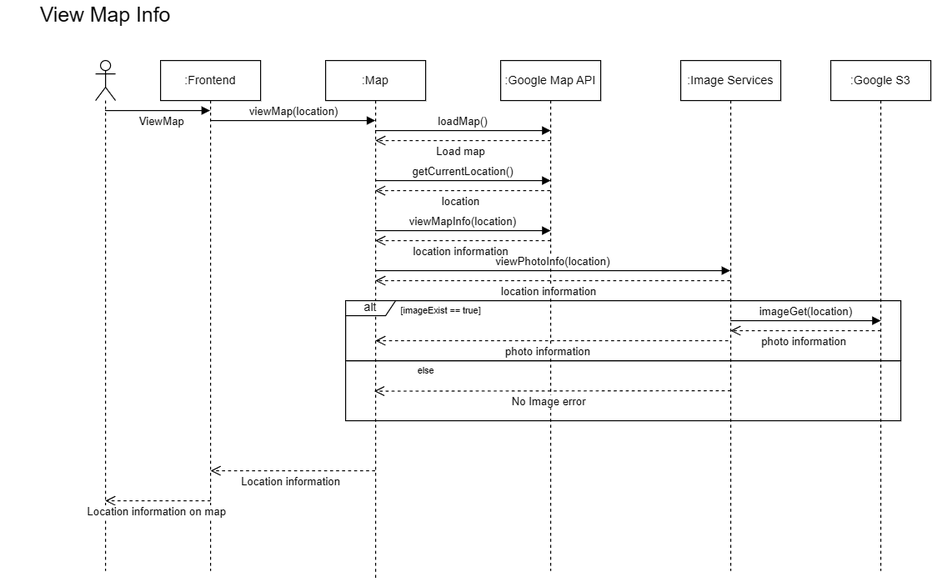
Above: documentation/images/View_Map_Info.drawio.png in Exalex16/CPEN321-WOCMS (draw.io), before the change. Source tidied: cells renumbered, new cells last; positions are measured from the earlier drawing's top-left corner, leaving out a move shared by most shapes.
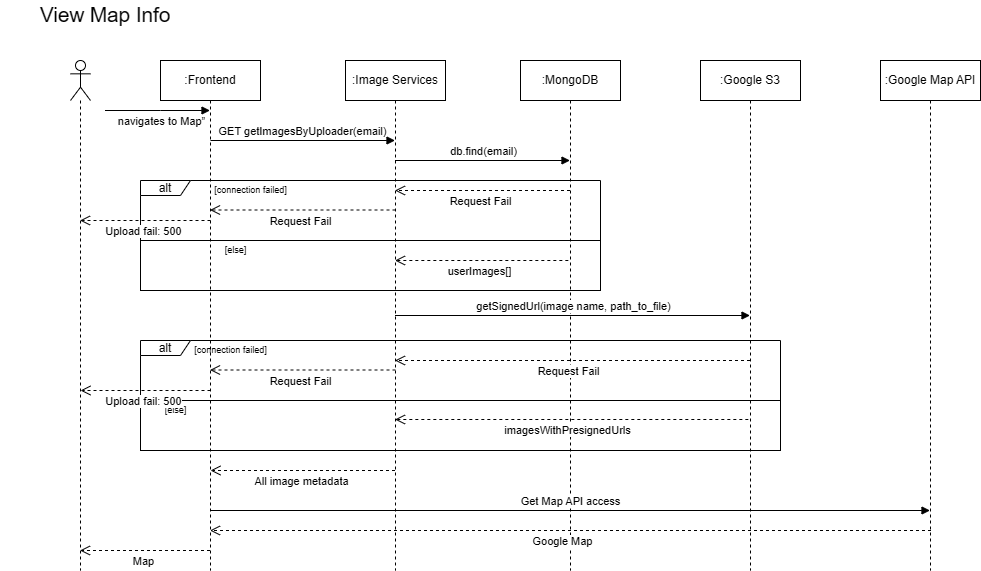
The same diagram one commit later.

The edit, as a diff of the source:
```diff
@@ -9,136 +9,136 @@
       <mxGeometry width="210" height="30" as="geometry" />
     </mxCell>
     <mxCell id="4" style="shape=umlLifeline;perimeter=lifelinePerimeter;whiteSpace=wrap;html=1;outlineConnect=0;portConstraint=eastwest;newEdgeStyle={&quot;curved&quot;:0,&quot;rounded&quot;:0};participant=umlActor;" parent="1" vertex="1">
-      <mxGeometry x="95" y="60" width="20" height="510" as="geometry" />
+      <mxGeometry x="70" y="60" width="20" height="510" as="geometry" />
     </mxCell>
-    <mxCell id="5" value=":Map" style="shape=umlLifeline;perimeter=lifelinePerimeter;whiteSpace=wrap;html=1;newEdgeStyle={&quot;edgeStyle&quot;:&quot;elbowEdgeStyle&quot;,&quot;elbow&quot;:&quot;vertical&quot;,&quot;curved&quot;:0,&quot;rounded&quot;:0};" parent="1" vertex="1">
-      <mxGeometry x="325" y="60" width="100" height="520" as="geometry" />
-    </mxCell>
-    <mxCell id="6" value="ViewMap" style="html=1;verticalAlign=bottom;endArrow=block;curved=0;rounded=0;" parent="1" edge="1">
-      <mxGeometry x="0.06" y="-20" relative="1" as="geometry">
+    <mxCell id="6" value="navigates to Map”" style="html=1;verticalAlign=bottom;endArrow=block;curved=0;rounded=0;" parent="1" edge="1">
+      <mxGeometry x="0.07" y="-20" relative="1" as="geometry">
         <mxPoint x="104.5" y="110" as="sourcePoint" />
         <mxPoint x="209.5" y="110" as="targetPoint" />
         <Array as="points">
           <mxPoint x="160" y="110" />
         </Array>
-        <mxPoint x="1" as="offset" />
       </mxGeometry>
     </mxCell>
     <mxCell id="7" value=":Google Map API" style="shape=umlLifeline;perimeter=lifelinePerimeter;whiteSpace=wrap;html=1;outlineConnect=0;portConstraint=eastwest;newEdgeStyle={&quot;edgeStyle&quot;:&quot;elbowEdgeStyle&quot;,&quot;elbow&quot;:&quot;vertical&quot;,&quot;curved&quot;:0,&quot;rounded&quot;:0};" parent="1" vertex="1">
-      <mxGeometry x="500" y="60" width="100" height="510" as="geometry" />
+      <mxGeometry x="880" y="60" width="100" height="510" as="geometry" />
     </mxCell>
-    <mxCell id="8" value="viewMap(location)" style="html=1;verticalAlign=bottom;endArrow=block;curved=0;rounded=0;" parent="1" edge="1">
+    <mxCell id="8" value="GET getImagesByUploader(email)" style="html=1;verticalAlign=bottom;endArrow=block;curved=0;rounded=0;" parent="1" edge="1" target="10">
       <mxGeometry relative="1" as="geometry">
-        <mxPoint x="210" y="120" as="sourcePoint" />
-        <mxPoint x="374.7" y="120" as="targetPoint" />
+        <mxPoint x="210" y="140" as="sourcePoint" />
       </mxGeometry>
     </mxCell>
     <mxCell id="9" style="edgeStyle=orthogonalEdgeStyle;rounded=0;orthogonalLoop=1;jettySize=auto;html=1;exitX=0.5;exitY=1;exitDx=0;exitDy=0;" parent="1" edge="1">
       <mxGeometry relative="1" as="geometry">
-        <mxPoint x="460" y="420" as="sourcePoint" />
-        <mxPoint x="460" y="420" as="targetPoint" />
+        <mxPoint x="265" y="450" as="sourcePoint" />
+        <mxPoint x="265" y="450" as="targetPoint" />
       </mxGeometry>
     </mxCell>
     <mxCell id="10" value=":Image Services" style="shape=umlLifeline;perimeter=lifelinePerimeter;whiteSpace=wrap;html=1;outlineConnect=0;portConstraint=eastwest;newEdgeStyle={&quot;edgeStyle&quot;:&quot;elbowEdgeStyle&quot;,&quot;elbow&quot;:&quot;vertical&quot;,&quot;curved&quot;:0,&quot;rounded&quot;:0};" parent="1" vertex="1">
-      <mxGeometry x="680" y="60" width="100" height="510" as="geometry" />
+      <mxGeometry x="345" y="60" width="100" height="510" as="geometry" />
     </mxCell>
-    <mxCell id="11" value="loadMap()" style="html=1;verticalAlign=bottom;endArrow=block;curved=0;rounded=0;" parent="1" edge="1">
-      <mxGeometry relative="1" as="geometry">
-        <mxPoint x="374.5" y="130" as="sourcePoint" />
-        <mxPoint x="550" y="130" as="targetPoint" />
-      </mxGeometry>
-    </mxCell>
+    <mxCell id="13" value=":Google S3" style="shape=umlLifeline;perimeter=lifelinePerimeter;whiteSpace=wrap;html=1;outlineConnect=0;portConstraint=eastwest;newEdgeStyle={&quot;edgeStyle&quot;:&quot;elbowEdgeStyle&quot;,&quot;elbow&quot;:&quot;vertical&quot;,&quot;curved&quot;:0,&quot;rounded&quot;:0};" parent="1" vertex="1">
+      <mxGeometry x="700" y="60" width="100" height="510" as="geometry" />
+    </mxCell>
+    <mxCell id="17" value="db.find(email)" style="html=1;verticalAlign=bottom;endArrow=block;curved=0;rounded=0;" parent="1" edge="1">
+      <mxGeometry relative="1" as="geometry">
+        <mxPoint x="394.5" y="160" as="sourcePoint" />
+        <mxPoint x="569.5" y="160" as="targetPoint" />
+      </mxGeometry>
+    </mxCell>
+    <mxCell id="27" value="All image metadata" style="html=1;verticalAlign=bottom;endArrow=open;dashed=1;endSize=8;curved=0;rounded=0;" parent="1" edge="1" source="10">
+      <mxGeometry x="0.02" y="20" relative="1" as="geometry">
+        <mxPoint x="210" y="470" as="targetPoint" />
+      </mxGeometry>
+    </mxCell>
+    <mxCell id="30" value=":MongoDB" style="shape=umlLifeline;perimeter=lifelinePerimeter;whiteSpace=wrap;html=1;newEdgeStyle={&quot;edgeStyle&quot;:&quot;elbowEdgeStyle&quot;,&quot;elbow&quot;:&quot;vertical&quot;,&quot;curved&quot;:0,&quot;rounded&quot;:0};" parent="1" vertex="1">
+      <mxGeometry x="520" y="60" width="100" height="510" as="geometry" />
+    </mxCell>
+    <mxCell id="31" value="alt" style="shape=umlFrame;whiteSpace=wrap;html=1;width=50;height=15;" parent="1" vertex="1">
+      <mxGeometry x="140" y="180" width="460" height="60" as="geometry" />
+    </mxCell>
+    <mxCell id="32" value="[connection failed]" style="text;html=1;align=center;verticalAlign=middle;strokeColor=none;fillColor=none;fontSize=9;" parent="1" vertex="1">
+      <mxGeometry x="200" y="180" width="100" height="20" as="geometry" />
+    </mxCell>
+    <mxCell id="33" value="Request Fail" style="html=1;verticalAlign=bottom;endArrow=open;dashed=1;endSize=8;curved=0;rounded=0;" parent="1" edge="1" target="2">
+      <mxGeometry x="0.02" y="20" relative="1" as="geometry">
+        <mxPoint x="395" y="209.5" as="sourcePoint" />
+      </mxGeometry>
+    </mxCell>
+    <mxCell id="34" style="rounded=0;whiteSpace=wrap;html=1;fillColor=none;" parent="1" vertex="1">
+      <mxGeometry x="140" y="240" width="460" height="50" as="geometry" />
+    </mxCell>
+    <mxCell id="35" value="[else]" style="text;html=1;align=center;verticalAlign=middle;strokeColor=none;fillColor=none;fontSize=9;" parent="1" vertex="1">
+      <mxGeometry x="210" y="240" width="50" height="20" as="geometry" />
+    </mxCell>
+    <mxCell id="36" value="userImages[]" style="html=1;verticalAlign=bottom;endArrow=open;dashed=1;endSize=8;curved=0;rounded=0;" parent="1" edge="1" target="10">
+      <mxGeometry x="0.02" y="20" relative="1" as="geometry">
+        <mxPoint x="567.8" y="260" as="sourcePoint" />
+      </mxGeometry>
+    </mxCell>
+    <mxCell id="37" value="Request Fail" style="html=1;verticalAlign=bottom;endArrow=open;dashed=1;endSize=8;curved=0;rounded=0;" parent="1" edge="1">
+      <mxGeometry x="0.02" y="20" relative="1" as="geometry">
+        <mxPoint x="569.5" y="190" as="sourcePoint" />
+        <mxPoint x="394.5" y="190" as="targetPoint" />
+      </mxGeometry>
+    </mxCell>
+    <mxCell id="38" value="Upload fail: 500" style="html=1;verticalAlign=bottom;endArrow=open;dashed=1;endSize=8;curved=0;rounded=0;" parent="1" edge="1" target="4">
+      <mxGeometry x="0.02" y="20" relative="1" as="geometry">
+        <mxPoint x="210" y="220" as="sourcePoint" />
+      </mxGeometry>
+    </mxCell>
+    <mxCell id="39" value="getSignedUrl(image name, path_to_file)" style="html=1;verticalAlign=bottom;endArrow=block;curved=0;rounded=0;" parent="1" edge="1" source="10" target="13">
+      <mxGeometry relative="1" as="geometry" />
+    </mxCell>
+    <mxCell id="40" value="alt" style="shape=umlFrame;whiteSpace=wrap;html=1;width=50;height=15;" parent="1" vertex="1">
+      <mxGeometry x="140" y="340" width="640" height="60" as="geometry" />
+    </mxCell>
+    <mxCell id="41" value="[connection failed]" style="text;html=1;align=center;verticalAlign=middle;strokeColor=none;fillColor=none;fontSize=9;" parent="1" vertex="1">
+      <mxGeometry x="180" y="340" width="100" height="20" as="geometry" />
+    </mxCell>
+    <mxCell id="42" value="Request Fail" style="html=1;verticalAlign=bottom;endArrow=open;dashed=1;endSize=8;curved=0;rounded=0;" parent="1" edge="1" target="2">
+      <mxGeometry x="0.02" y="20" relative="1" as="geometry">
+        <mxPoint x="395" y="369.5" as="sourcePoint" />
+      </mxGeometry>
+    </mxCell>
+    <mxCell id="43" style="rounded=0;whiteSpace=wrap;html=1;fillColor=none;" parent="1" vertex="1">
+      <mxGeometry x="140" y="400" width="640" height="50" as="geometry" />
+    </mxCell>
+    <mxCell id="44" value="[else]" style="text;html=1;align=center;verticalAlign=middle;strokeColor=none;fillColor=none;fontSize=9;" parent="1" vertex="1">
+      <mxGeometry x="150" y="400" width="50" height="20" as="geometry" />
+    </mxCell>
+    <mxCell id="45" value="imagesWithPresignedUrls" style="html=1;verticalAlign=bottom;endArrow=open;dashed=1;endSize=8;curved=0;rounded=0;" parent="1" edge="1" target="10">
+      <mxGeometry x="0.02" y="20" relative="1" as="geometry">
+        <mxPoint x="747.8" y="419" as="sourcePoint" />
+      </mxGeometry>
+    </mxCell>
+    <mxCell id="46" value="Request Fail" style="html=1;verticalAlign=bottom;endArrow=open;dashed=1;endSize=8;curved=0;rounded=0;" parent="1" edge="1">
+      <mxGeometry x="0.02" y="20" relative="1" as="geometry">
+        <mxPoint x="749.5" y="360" as="sourcePoint" />
+        <mxPoint x="394.5" y="360" as="targetPoint" />
+      </mxGeometry>
+    </mxCell>
+    <mxCell id="47" value="Upload fail: 500" style="html=1;verticalAlign=bottom;endArrow=open;dashed=1;endSize=8;curved=0;rounded=0;" parent="1" edge="1">
+      <mxGeometry x="0.02" y="20" relative="1" as="geometry">
+        <mxPoint x="210" y="390" as="sourcePoint" />
+        <mxPoint x="80" y="390" as="targetPoint" />
+      </mxGeometry>
+    </mxCell>
+    <mxCell id="48" value="Get Map API access" style="html=1;verticalAlign=bottom;endArrow=block;curved=0;rounded=0;" parent="1" edge="1" target="7">
+      <mxGeometry relative="1" as="geometry">
+        <mxPoint x="210" y="510" as="sourcePoint" />
+      </mxGeometry>
+    </mxCell>
-    <mxCell id="12" value="Location information on map" style="html=1;verticalAlign=bottom;endArrow=open;dashed=1;endSize=8;curved=0;rounded=0;" parent="1" edge="1" target="4">
+    <mxCell id="12" value="Google Map" style="html=1;verticalAlign=bottom;endArrow=open;dashed=1;endSize=8;curved=0;rounded=0;" parent="1" edge="1" target="2">
       <mxGeometry x="0.02" y="20" relative="1" as="geometry">
-        <mxPoint x="210" y="500" as="sourcePoint" />
+        <mxPoint x="930.5" y="530" as="sourcePoint" />
       </mxGeometry>
     </mxCell>
-    <mxCell id="13" value=":Google S3" style="shape=umlLifeline;perimeter=lifelinePerimeter;whiteSpace=wrap;html=1;outlineConnect=0;portConstraint=eastwest;newEdgeStyle={&quot;edgeStyle&quot;:&quot;elbowEdgeStyle&quot;,&quot;elbow&quot;:&quot;vertical&quot;,&quot;curved&quot;:0,&quot;rounded&quot;:0};" parent="1" vertex="1">
-      <mxGeometry x="830" y="60" width="100" height="510" as="geometry" />
-    </mxCell>
-    <mxCell id="14" value="Load map" style="html=1;verticalAlign=bottom;endArrow=open;dashed=1;endSize=8;curved=0;rounded=0;" parent="1" edge="1">
-      <mxGeometry x="0.02" y="20" relative="1" as="geometry">
-        <mxPoint x="550" y="140" as="sourcePoint" />
-        <mxPoint x="374.7" y="140" as="targetPoint" />
-      </mxGeometry>
-    </mxCell>
-    <mxCell id="15" value="viewMapInfo(location)" style="html=1;verticalAlign=bottom;endArrow=block;curved=0;rounded=0;" parent="1" edge="1">
-      <mxGeometry relative="1" as="geometry">
-        <mxPoint x="374.7" y="230" as="sourcePoint" />
-        <mxPoint x="550" y="230" as="targetPoint" />
-      </mxGeometry>
-    </mxCell>
-    <mxCell id="16" value="location information" style="html=1;verticalAlign=bottom;endArrow=open;dashed=1;endSize=8;curved=0;rounded=0;" parent="1" edge="1">
-      <mxGeometry x="0.02" y="20" relative="1" as="geometry">
-        <mxPoint x="550" y="240" as="sourcePoint" />
-        <mxPoint x="374.7" y="240" as="targetPoint" />
-      </mxGeometry>
-    </mxCell>
-    <mxCell id="17" value="viewPhotoInfo(location)" style="html=1;verticalAlign=bottom;endArrow=block;curved=0;rounded=0;" parent="1" edge="1">
-      <mxGeometry relative="1" as="geometry">
-        <mxPoint x="374.7" y="270" as="sourcePoint" />
-        <mxPoint x="729.5" y="270" as="targetPoint" />
-      </mxGeometry>
-    </mxCell>
-    <mxCell id="18" value="location information" style="html=1;verticalAlign=bottom;endArrow=open;dashed=1;endSize=8;curved=0;rounded=0;" parent="1" edge="1">
-      <mxGeometry x="0.02" y="20" relative="1" as="geometry">
-        <mxPoint x="729.5" y="280" as="sourcePoint" />
-        <mxPoint x="374.7" y="280" as="targetPoint" />
-      </mxGeometry>
-    </mxCell>
-    <mxCell id="19" value="photo information" style="html=1;verticalAlign=bottom;endArrow=open;dashed=1;endSize=8;curved=0;rounded=0;" parent="1" edge="1">
-      <mxGeometry x="0.02" y="20" relative="1" as="geometry">
-        <mxPoint x="880" y="330" as="sourcePoint" />
-        <mxPoint x="729.7" y="330" as="targetPoint" />
-      </mxGeometry>
-    </mxCell>
-    <mxCell id="20" value="imageGet(location)" style="html=1;verticalAlign=bottom;endArrow=block;curved=0;rounded=0;" parent="1" edge="1">
-      <mxGeometry relative="1" as="geometry">
-        <mxPoint x="729.7" y="320" as="sourcePoint" />
-        <mxPoint x="880" y="320" as="targetPoint" />
-      </mxGeometry>
-    </mxCell>
-    <mxCell id="21" value="photo information" style="html=1;verticalAlign=bottom;endArrow=open;dashed=1;endSize=8;curved=0;rounded=0;" parent="1" edge="1">
-      <mxGeometry x="0.02" y="20" relative="1" as="geometry">
-        <mxPoint x="727.4" y="340" as="sourcePoint" />
-        <mxPoint x="374.7" y="340" as="targetPoint" />
-      </mxGeometry>
-    </mxCell>
-    <mxCell id="22" value="alt" style="shape=umlFrame;whiteSpace=wrap;html=1;width=50;height=15;" parent="1" vertex="1">
-      <mxGeometry x="345" y="300" width="555" height="60" as="geometry" />
-    </mxCell>
-    <mxCell id="23" style="rounded=0;whiteSpace=wrap;html=1;fillColor=none;" parent="1" vertex="1">
-      <mxGeometry x="345" y="360" width="555" height="60" as="geometry" />
-    </mxCell>
-    <mxCell id="24" value="[imageExist == true]" style="text;html=1;align=center;verticalAlign=middle;strokeColor=none;fillColor=none;fontSize=9;" parent="1" vertex="1">
-      <mxGeometry x="390" y="300" width="100" height="20" as="geometry" />
-    </mxCell>
-    <mxCell id="25" value="else" style="text;html=1;align=center;verticalAlign=middle;strokeColor=none;fillColor=none;fontSize=9;" parent="1" vertex="1">
-      <mxGeometry x="405" y="360" width="40" height="20" as="geometry" />
-    </mxCell>
-    <mxCell id="26" value="No Image error" style="html=1;verticalAlign=bottom;endArrow=open;dashed=1;endSize=8;curved=0;rounded=0;" parent="1" edge="1">
-      <mxGeometry x="0.02" y="20" relative="1" as="geometry">
-        <mxPoint x="730" y="390" as="sourcePoint" />
-        <mxPoint x="373.6" y="390.4" as="targetPoint" />
-      </mxGeometry>
-    </mxCell>
-    <mxCell id="27" value="Location information" style="html=1;verticalAlign=bottom;endArrow=open;dashed=1;endSize=8;curved=0;rounded=0;" parent="1" edge="1">
-      <mxGeometry x="0.02" y="20" relative="1" as="geometry">
-        <mxPoint x="374.5" y="470" as="sourcePoint" />
-        <mxPoint x="210" y="470" as="targetPoint" />
-      </mxGeometry>
-    </mxCell>
-    <mxCell id="28" value="getCurrentLocation()" style="html=1;verticalAlign=bottom;endArrow=block;curved=0;rounded=0;" parent="1" edge="1">
-      <mxGeometry relative="1" as="geometry">
-        <mxPoint x="374.5" y="180" as="sourcePoint" />
-        <mxPoint x="550" y="180" as="targetPoint" />
-      </mxGeometry>
-    </mxCell>
-    <mxCell id="29" value="location" style="html=1;verticalAlign=bottom;endArrow=open;dashed=1;endSize=8;curved=0;rounded=0;" parent="1" edge="1">
-      <mxGeometry x="0.02" y="20" relative="1" as="geometry">
-        <mxPoint x="549.5" y="190" as="sourcePoint" />
-        <mxPoint x="374.5" y="190" as="targetPoint" />
-      </mxGeometry>
-    </mxCell>
+    <mxCell id="49" value="Map" style="html=1;verticalAlign=bottom;endArrow=open;dashed=1;endSize=8;curved=0;rounded=0;" parent="1" edge="1">
+      <mxGeometry x="0.02" y="20" relative="1" as="geometry">
+        <mxPoint x="209.5" y="550" as="sourcePoint" />
+        <mxPoint x="79.5" y="550" as="targetPoint" />
+      </mxGeometry>
+    </mxCell>
   </root>
 </mxGraphModel>
```
